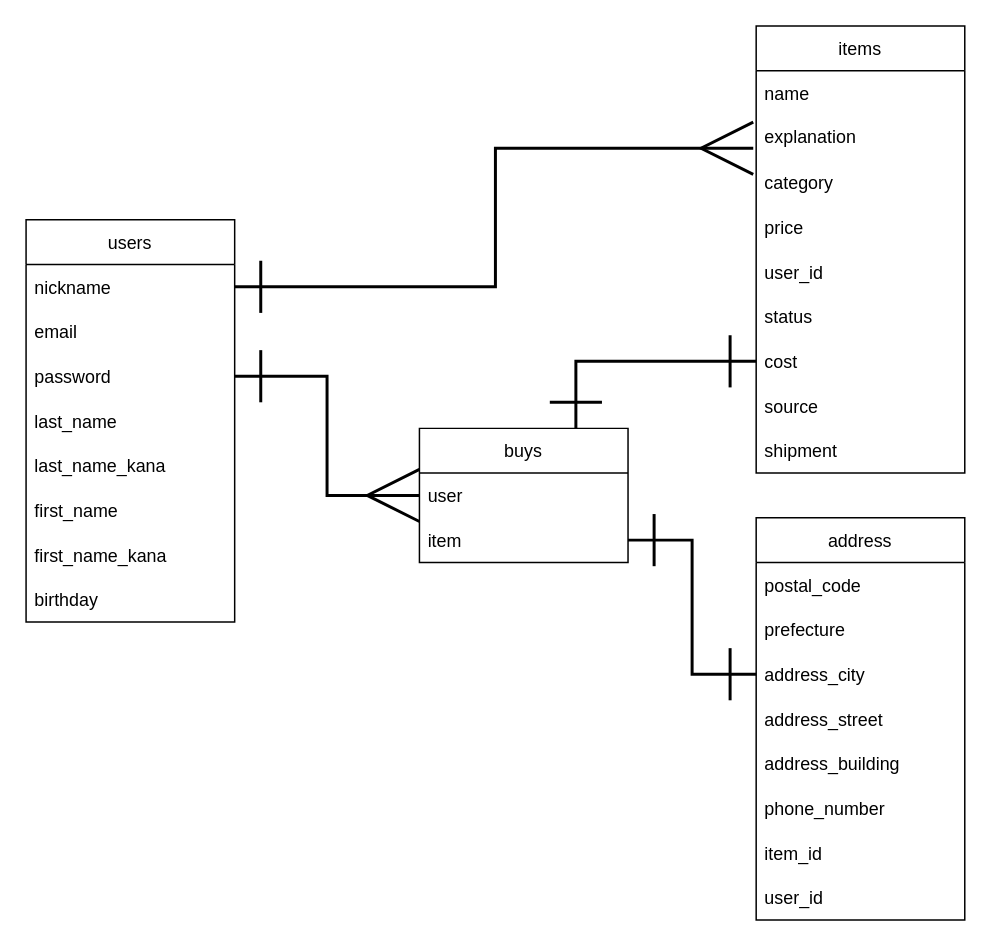
The draw.io diagram ER .dio in hk5232/furima-37768, before the edit. Source tidied: cells renumbered, new cells numbered last; positions are measured from the earlier drawing's top-left corner, leaving out a move shared by most shapes. Both pictures are drawn from the tidied source at 149%, with x=0, y=0 at pixel (25, 25).
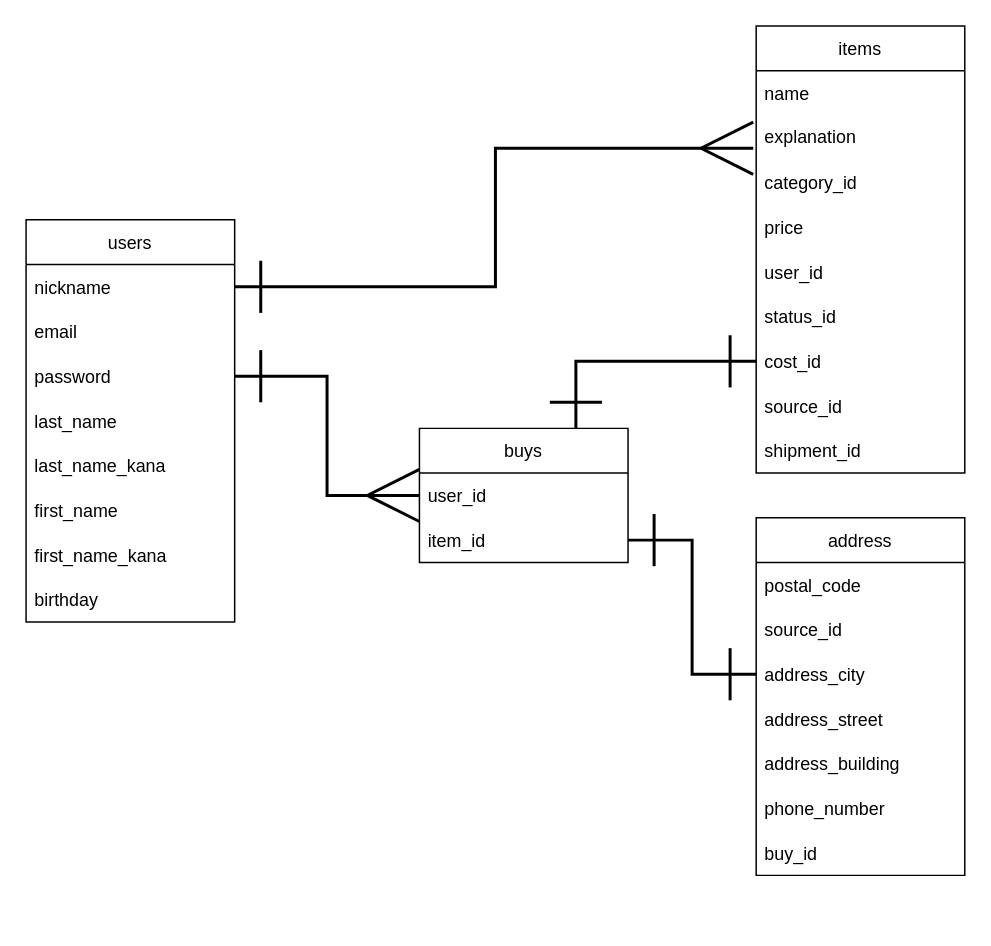
Above is the later version.

Commit message (it also covers changes not shown here):
データベース設計修正３

Unchanged cells that the change refers to:
```xml
<mxCell id="11" value="items" style="swimlane;fontStyle=0;horizontal=1;startSize=30;" parent="1" vertex="1">
  <mxGeometry x="490" width="140" height="300" as="geometry" />
</mxCell>
<mxCell id="31" value="buys" style="swimlane;fontStyle=0;horizontal=1;startSize=30;" parent="1" vertex="1">
  <mxGeometry x="264" y="270" width="140" height="90" as="geometry" />
</mxCell>
```

Diff of the diagram source:
```diff
@@
-    <mxCell id="14" value="category" style="text;strokeColor=none;fillColor=none;align=left;verticalAlign=middle;spacingLeft=4;spacingRight=4;overflow=hidden;" parent="11" vertex="1">
+    <mxCell id="14" value="category_id" style="text;strokeColor=none;fillColor=none;align=left;verticalAlign=middle;spacingLeft=4;spacingRight=4;overflow=hidden;" parent="11" vertex="1">
       <mxGeometry y="90" width="140" height="30" as="geometry" />
     </mxCell>
@@
-    <mxCell id="17" value="status" style="text;strokeColor=none;fillColor=none;align=left;verticalAlign=middle;spacingLeft=4;spacingRight=4;overflow=hidden;" parent="11" vertex="1">
+    <mxCell id="17" value="status_id" style="text;strokeColor=none;fillColor=none;align=left;verticalAlign=middle;spacingLeft=4;spacingRight=4;overflow=hidden;" parent="11" vertex="1">
       <mxGeometry y="180" width="140" height="30" as="geometry" />
     </mxCell>
-    <mxCell id="18" value="cost" style="text;strokeColor=none;fillColor=none;align=left;verticalAlign=middle;spacingLeft=4;spacingRight=4;overflow=hidden;points=[[0,0.5],[1,0.5]];portConstraint=eastwest;" parent="11" vertex="1">
+    <mxCell id="18" value="cost_id" style="text;strokeColor=none;fillColor=none;align=left;verticalAlign=middle;spacingLeft=4;spacingRight=4;overflow=hidden;points=[[0,0.5],[1,0.5]];portConstraint=eastwest;" parent="11" vertex="1">
       <mxGeometry y="210" width="140" height="30" as="geometry" />
     </mxCell>
-    <mxCell id="19" value="source" style="text;strokeColor=none;fillColor=none;align=left;verticalAlign=middle;spacingLeft=4;spacingRight=4;overflow=hidden;" parent="11" vertex="1">
+    <mxCell id="19" value="source_id" style="text;strokeColor=none;fillColor=none;align=left;verticalAlign=middle;spacingLeft=4;spacingRight=4;overflow=hidden;" parent="11" vertex="1">
       <mxGeometry y="240" width="140" height="30" as="geometry" />
     </mxCell>
-    <mxCell id="20" value="shipment" style="text;strokeColor=none;fillColor=none;align=left;verticalAlign=middle;spacingLeft=4;spacingRight=4;overflow=hidden;" parent="11" vertex="1">
+    <mxCell id="20" value="shipment_id" style="text;strokeColor=none;fillColor=none;align=left;verticalAlign=middle;spacingLeft=4;spacingRight=4;overflow=hidden;" parent="11" vertex="1">
       <mxGeometry y="270" width="140" height="30" as="geometry" />
     </mxCell>
     <mxCell id="21" value="address" style="swimlane;fontStyle=0;horizontal=1;startSize=30;" parent="1" vertex="1">
-      <mxGeometry x="490" y="330" width="140" height="270" as="geometry" />
+      <mxGeometry x="490" y="330" width="140" height="240" as="geometry" />
     </mxCell>
@@
-    <mxCell id="23" value="prefecture" style="text;strokeColor=none;fillColor=none;align=left;verticalAlign=middle;spacingLeft=4;spacingRight=4;overflow=hidden;" parent="21" vertex="1">
+    <mxCell id="23" value="source_id" style="text;strokeColor=none;fillColor=none;align=left;verticalAlign=middle;spacingLeft=4;spacingRight=4;overflow=hidden;" parent="21" vertex="1">
       <mxGeometry y="60" width="140" height="30" as="geometry" />
     </mxCell>
@@
-    <mxCell id="28" value="item_id" style="text;strokeColor=none;fillColor=none;align=left;verticalAlign=middle;spacingLeft=4;spacingRight=4;overflow=hidden;" parent="21" vertex="1">
-      <mxGeometry y="210" width="140" height="30" as="geometry" />
-    </mxCell>
-    <mxCell id="29" value="user_id" style="text;strokeColor=none;fillColor=none;align=left;verticalAlign=middle;spacingLeft=4;spacingRight=4;overflow=hidden;" parent="21" vertex="1">
-      <mxGeometry y="240" width="140" height="30" as="geometry" />
+    <mxCell id="29" value="buy_id" style="text;strokeColor=none;fillColor=none;align=left;verticalAlign=middle;spacingLeft=4;spacingRight=4;overflow=hidden;" parent="21" vertex="1">
+      <mxGeometry y="210" width="140" height="30" as="geometry" />
     </mxCell>
@@
-    <mxCell id="32" value="user   " style="text;strokeColor=none;fillColor=none;align=left;verticalAlign=middle;spacingLeft=4;spacingRight=4;overflow=hidden;points=[[0,0.5],[1,0.5]];portConstraint=eastwest;" parent="31" vertex="1">
+    <mxCell id="32" value="user_id   " style="text;strokeColor=none;fillColor=none;align=left;verticalAlign=middle;spacingLeft=4;spacingRight=4;overflow=hidden;points=[[0,0.5],[1,0.5]];portConstraint=eastwest;" parent="31" vertex="1">
       <mxGeometry y="30" width="140" height="30" as="geometry" />
     </mxCell>
-    <mxCell id="33" value="item" style="text;strokeColor=none;fillColor=none;align=left;verticalAlign=middle;spacingLeft=4;spacingRight=4;overflow=hidden;points=[[0,0.5],[1,0.5]];portConstraint=eastwest;" parent="31" vertex="1">
+    <mxCell id="33" value="item_id" style="text;strokeColor=none;fillColor=none;align=left;verticalAlign=middle;spacingLeft=4;spacingRight=4;overflow=hidden;points=[[0,0.5],[1,0.5]];portConstraint=eastwest;" parent="31" vertex="1">
       <mxGeometry y="60" width="140" height="30" as="geometry" />
     </mxCell>
```
